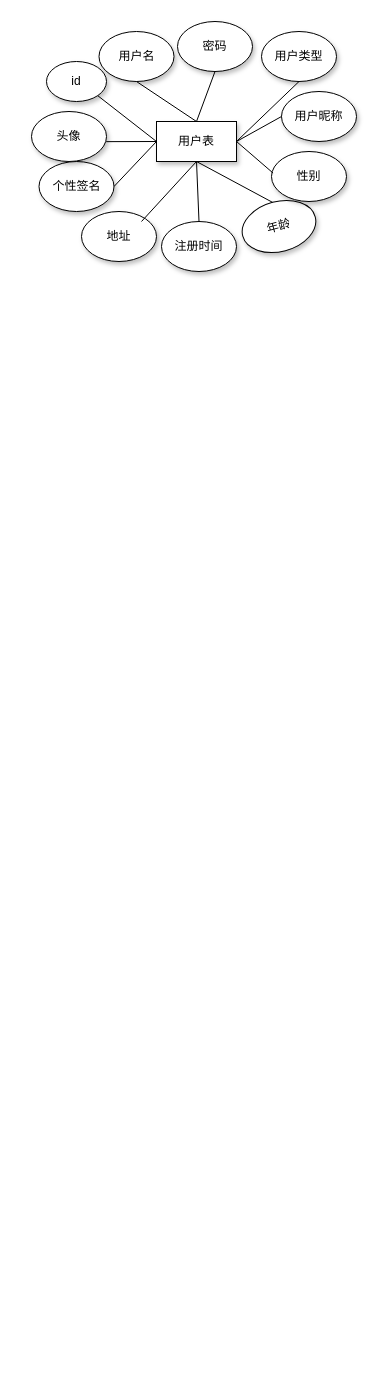
Above: Untitled Diagram.drawio in luodr/fly (draw.io), before the change. Source tidied: cells renumbered, new cells numbered last; positions are measured from the earlier drawing's top-left corner, leaving out a move shared by most shapes. Both pictures are drawn from the tidied source at 100%, with x=0, y=0 at pixel (31, 21).
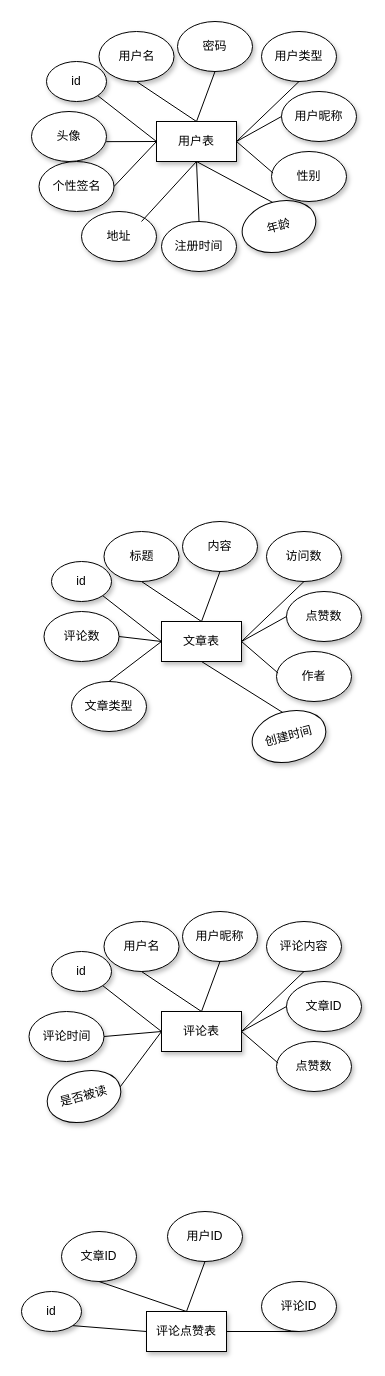
The same diagram, later.

What changed in the source:
```diff
@@
+    <mxCell id="25" value="创建时间" style="ellipse;whiteSpace=wrap;html=1;shadow=1;rotation=-15;" parent="1" vertex="1">
+      <mxGeometry x="220" y="690" width="75" height="50" as="geometry" />
+    </mxCell>
+    <mxCell id="26" value="文章类型" style="ellipse;whiteSpace=wrap;html=1;shadow=1;" parent="1" vertex="1">
+      <mxGeometry x="40" y="660" width="75" height="50" as="geometry" />
+    </mxCell>
+    <mxCell id="27" value="文章表" style="rounded=0;whiteSpace=wrap;html=1;shadow=1;" parent="1" vertex="1">
+      <mxGeometry x="130" y="600" width="80" height="40" as="geometry" />
+    </mxCell>
+    <mxCell id="28" value="id" style="ellipse;whiteSpace=wrap;html=1;shadow=1;" parent="1" vertex="1">
+      <mxGeometry x="20" y="540" width="60" height="40" as="geometry" />
+    </mxCell>
+    <mxCell id="29" value="标题" style="ellipse;whiteSpace=wrap;html=1;shadow=1;" parent="1" vertex="1">
+      <mxGeometry x="72.5" y="510" width="75" height="50" as="geometry" />
+    </mxCell>
+    <mxCell id="30" value="内容" style="ellipse;whiteSpace=wrap;html=1;shadow=1;" parent="1" vertex="1">
+      <mxGeometry x="151" y="500" width="75" height="50" as="geometry" />
+    </mxCell>
+    <mxCell id="31" value="访问数" style="ellipse;whiteSpace=wrap;html=1;shadow=1;" parent="1" vertex="1">
+      <mxGeometry x="235" y="510" width="75" height="50" as="geometry" />
+    </mxCell>
+    <mxCell id="32" value="点赞数" style="ellipse;whiteSpace=wrap;html=1;shadow=1;" parent="1" vertex="1">
+      <mxGeometry x="255" y="570" width="75" height="50" as="geometry" />
+    </mxCell>
+    <mxCell id="33" value="作者" style="ellipse;whiteSpace=wrap;html=1;shadow=1;" parent="1" vertex="1">
+      <mxGeometry x="245" y="630" width="75" height="50" as="geometry" />
+    </mxCell>
+    <mxCell id="34" value="评论数" style="ellipse;whiteSpace=wrap;html=1;shadow=1;" parent="1" vertex="1">
+      <mxGeometry x="12.5" y="590" width="75" height="50" as="geometry" />
+    </mxCell>
+    <mxCell id="35" style="endArrow=none;html=1;entryX=0;entryY=0.5;entryDx=0;entryDy=0;exitX=1;exitY=0.5;exitDx=0;exitDy=0;" parent="1" edge="1" source="34" target="27">
+      <mxGeometry relative="1" as="geometry" />
+    </mxCell>
+    <mxCell id="36" style="endArrow=none;html=1;exitX=0.5;exitY=0;exitDx=0;exitDy=0;" parent="1" edge="1" source="26">
+      <mxGeometry relative="1" as="geometry">
+        <mxPoint x="130" y="620" as="targetPoint" />
+      </mxGeometry>
+    </mxCell>
+    <mxCell id="37" style="endArrow=none;html=1;exitX=0.5;exitY=0;exitDx=0;exitDy=0;" parent="1" edge="1" source="25">
+      <mxGeometry relative="1" as="geometry">
+        <mxPoint x="170" y="640" as="targetPoint" />
+      </mxGeometry>
+    </mxCell>
+    <mxCell id="38" style="endArrow=none;html=1;entryX=1;entryY=0.5;entryDx=0;entryDy=0;exitX=0.021;exitY=0.431;exitDx=0;exitDy=0;exitPerimeter=0;" parent="1" edge="1" source="33" target="27">
+      <mxGeometry relative="1" as="geometry" />
+    </mxCell>
+    <mxCell id="39" style="endArrow=none;html=1;entryX=0;entryY=0.5;entryDx=0;entryDy=0;exitX=1;exitY=0.5;exitDx=0;exitDy=0;" parent="1" edge="1" source="27" target="32">
+      <mxGeometry relative="1" as="geometry" />
+    </mxCell>
+    <mxCell id="40" style="endArrow=none;html=1;entryX=0.5;entryY=1;entryDx=0;entryDy=0;exitX=1;exitY=0.5;exitDx=0;exitDy=0;" parent="1" edge="1" source="27" target="31">
+      <mxGeometry relative="1" as="geometry" />
+    </mxCell>
+    <mxCell id="41" style="endArrow=none;html=1;exitX=0.5;exitY=0;exitDx=0;exitDy=0;entryX=0.5;entryY=1;entryDx=0;entryDy=0;" parent="1" edge="1" source="27" target="29">
+      <mxGeometry relative="1" as="geometry" />
+    </mxCell>
+    <mxCell id="42" style="endArrow=none;html=1;entryX=0.5;entryY=1;entryDx=0;entryDy=0;exitX=0.5;exitY=0;exitDx=0;exitDy=0;" parent="1" edge="1" source="27" target="30">
+      <mxGeometry relative="1" as="geometry" />
+    </mxCell>
+    <mxCell id="43" style="endArrow=none;html=1;entryX=1;entryY=1;entryDx=0;entryDy=0;exitX=0;exitY=0.5;exitDx=0;exitDy=0;" parent="1" edge="1" source="27" target="28">
+      <mxGeometry relative="1" as="geometry" />
+    </mxCell>
+    <mxCell id="44" value="是否被读" style="ellipse;whiteSpace=wrap;html=1;shadow=1;rotation=-15;" parent="1" vertex="1">
+      <mxGeometry x="15" y="1050" width="75" height="50" as="geometry" />
+    </mxCell>
+    <mxCell id="45" value="评论时间" style="ellipse;whiteSpace=wrap;html=1;shadow=1;" parent="1" vertex="1">
+      <mxGeometry x="-2.5" y="990" width="75" height="50" as="geometry" />
+    </mxCell>
+    <mxCell id="46" value="评论表" style="rounded=0;whiteSpace=wrap;html=1;shadow=1;" parent="1" vertex="1">
+      <mxGeometry x="130" y="990" width="80" height="40" as="geometry" />
+    </mxCell>
+    <mxCell id="47" value="id" style="ellipse;whiteSpace=wrap;html=1;shadow=1;" parent="1" vertex="1">
+      <mxGeometry x="20" y="930" width="60" height="40" as="geometry" />
+    </mxCell>
+    <mxCell id="48" value="用户名" style="ellipse;whiteSpace=wrap;html=1;shadow=1;" parent="1" vertex="1">
+      <mxGeometry x="72.5" y="900" width="75" height="50" as="geometry" />
+    </mxCell>
+    <mxCell id="49" value="用户昵称" style="ellipse;whiteSpace=wrap;html=1;shadow=1;" parent="1" vertex="1">
+      <mxGeometry x="151" y="890" width="75" height="50" as="geometry" />
+    </mxCell>
+    <mxCell id="50" value="评论内容" style="ellipse;whiteSpace=wrap;html=1;shadow=1;" parent="1" vertex="1">
+      <mxGeometry x="235" y="900" width="75" height="50" as="geometry" />
+    </mxCell>
+    <mxCell id="51" value="文章ID" style="ellipse;whiteSpace=wrap;html=1;shadow=1;" parent="1" vertex="1">
+      <mxGeometry x="255" y="960" width="75" height="50" as="geometry" />
+    </mxCell>
+    <mxCell id="52" value="点赞数" style="ellipse;whiteSpace=wrap;html=1;shadow=1;" parent="1" vertex="1">
+      <mxGeometry x="245" y="1020" width="75" height="50" as="geometry" />
+    </mxCell>
+    <mxCell id="53" style="endArrow=none;html=1;exitX=1;exitY=0.5;exitDx=0;exitDy=0;entryX=0;entryY=0.5;entryDx=0;entryDy=0;" parent="1" edge="1" source="45" target="46">
+      <mxGeometry relative="1" as="geometry" />
+    </mxCell>
+    <mxCell id="54" style="endArrow=none;html=1;exitX=1;exitY=0.5;exitDx=0;exitDy=0;entryX=0;entryY=0.5;entryDx=0;entryDy=0;" parent="1" edge="1" source="44" target="46">
+      <mxGeometry relative="1" as="geometry" />
+    </mxCell>
+    <mxCell id="55" style="endArrow=none;html=1;entryX=1;entryY=0.5;entryDx=0;entryDy=0;exitX=0.021;exitY=0.431;exitDx=0;exitDy=0;exitPerimeter=0;" parent="1" edge="1" source="52" target="46">
+      <mxGeometry relative="1" as="geometry" />
+    </mxCell>
+    <mxCell id="56" style="endArrow=none;html=1;entryX=0;entryY=0.5;entryDx=0;entryDy=0;exitX=1;exitY=0.5;exitDx=0;exitDy=0;" parent="1" edge="1" source="46" target="51">
+      <mxGeometry relative="1" as="geometry" />
+    </mxCell>
+    <mxCell id="57" style="endArrow=none;html=1;entryX=0.5;entryY=1;entryDx=0;entryDy=0;exitX=1;exitY=0.5;exitDx=0;exitDy=0;" parent="1" edge="1" source="46" target="50">
+      <mxGeometry relative="1" as="geometry" />
+    </mxCell>
+    <mxCell id="58" style="endArrow=none;html=1;exitX=0.5;exitY=0;exitDx=0;exitDy=0;entryX=0.5;entryY=1;entryDx=0;entryDy=0;" parent="1" edge="1" source="46" target="48">
+      <mxGeometry relative="1" as="geometry" />
+    </mxCell>
+    <mxCell id="59" style="endArrow=none;html=1;entryX=0.5;entryY=1;entryDx=0;entryDy=0;exitX=0.5;exitY=0;exitDx=0;exitDy=0;" parent="1" edge="1" source="46" target="49">
+      <mxGeometry relative="1" as="geometry" />
+    </mxCell>
+    <mxCell id="60" style="endArrow=none;html=1;entryX=1;entryY=1;entryDx=0;entryDy=0;exitX=0;exitY=0.5;exitDx=0;exitDy=0;" parent="1" edge="1" source="46" target="47">
+      <mxGeometry relative="1" as="geometry" />
+    </mxCell>
+    <mxCell id="61" value="评论点赞表" style="rounded=0;whiteSpace=wrap;html=1;shadow=1;" parent="1" vertex="1">
+      <mxGeometry x="115" y="1290" width="80" height="40" as="geometry" />
+    </mxCell>
+    <mxCell id="62" value="id" style="ellipse;whiteSpace=wrap;html=1;shadow=1;" parent="1" vertex="1">
+      <mxGeometry x="-10" y="1270" width="60" height="40" as="geometry" />
+    </mxCell>
+    <mxCell id="63" value="文章ID" style="ellipse;whiteSpace=wrap;html=1;shadow=1;" parent="1" vertex="1">
+      <mxGeometry x="30" y="1210" width="75" height="50" as="geometry" />
+    </mxCell>
+    <mxCell id="64" value="用户ID" style="ellipse;whiteSpace=wrap;html=1;shadow=1;" parent="1" vertex="1">
+      <mxGeometry x="136" y="1190" width="75" height="50" as="geometry" />
+    </mxCell>
+    <mxCell id="65" value="评论ID" style="ellipse;whiteSpace=wrap;html=1;shadow=1;" parent="1" vertex="1">
+      <mxGeometry x="230" y="1260" width="75" height="50" as="geometry" />
+    </mxCell>
+    <mxCell id="66" style="endArrow=none;html=1;entryX=0.5;entryY=1;entryDx=0;entryDy=0;exitX=1;exitY=0.5;exitDx=0;exitDy=0;" parent="1" edge="1" source="61" target="65">
+      <mxGeometry relative="1" as="geometry" />
+    </mxCell>
+    <mxCell id="67" style="endArrow=none;html=1;exitX=0.5;exitY=0;exitDx=0;exitDy=0;entryX=0.5;entryY=1;entryDx=0;entryDy=0;" parent="1" edge="1" source="61" target="63">
+      <mxGeometry relative="1" as="geometry" />
+    </mxCell>
+    <mxCell id="68" style="endArrow=none;html=1;entryX=0.5;entryY=1;entryDx=0;entryDy=0;exitX=0.5;exitY=0;exitDx=0;exitDy=0;" parent="1" edge="1" source="61" target="64">
+      <mxGeometry relative="1" as="geometry" />
+    </mxCell>
+    <mxCell id="69" style="endArrow=none;html=1;entryX=1;entryY=1;entryDx=0;entryDy=0;exitX=0;exitY=0.5;exitDx=0;exitDy=0;" parent="1" edge="1" source="61" target="62">
+      <mxGeometry relative="1" as="geometry" />
+    </mxCell>
```
